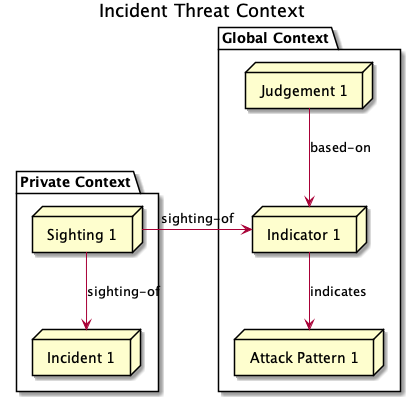
This is doc/tutorials/threat-context/threat-context.png from threatgrid/ctim, a PlantUML export, as it was before one commit. Source of this version:
```plantuml
@startuml
title Incident Threat Context

package "Private Context" {
  node "Incident 1" as incident_1
  node "Sighting 1" as sighting_1
}
package "Global Context" {
 node "Indicator 1" as indicator_1
 node "Judgement 1" as judgement_1
 node "Attack Pattern 1" as attack_pattern_1
}

sighting_1  --> incident_1       : sighting-of
sighting_1  -> indicator_1       : sighting-of
judgement_1 --> indicator_1      : based-on
indicator_1 --> attack_pattern_1 : indicates
@enduml
```
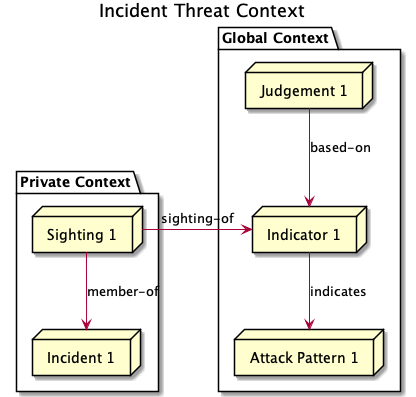
After the change.

Change to the diagram source:
```diff
@@ -11,7 +11,7 @@
  node "Attack Pattern 1" as attack_pattern_1
 }
 
-sighting_1  --> incident_1       : sighting-of
+sighting_1  --> incident_1       : member-of
 sighting_1  -> indicator_1       : sighting-of
 judgement_1 --> indicator_1      : based-on
 indicator_1 --> attack_pattern_1 : indicates
```
